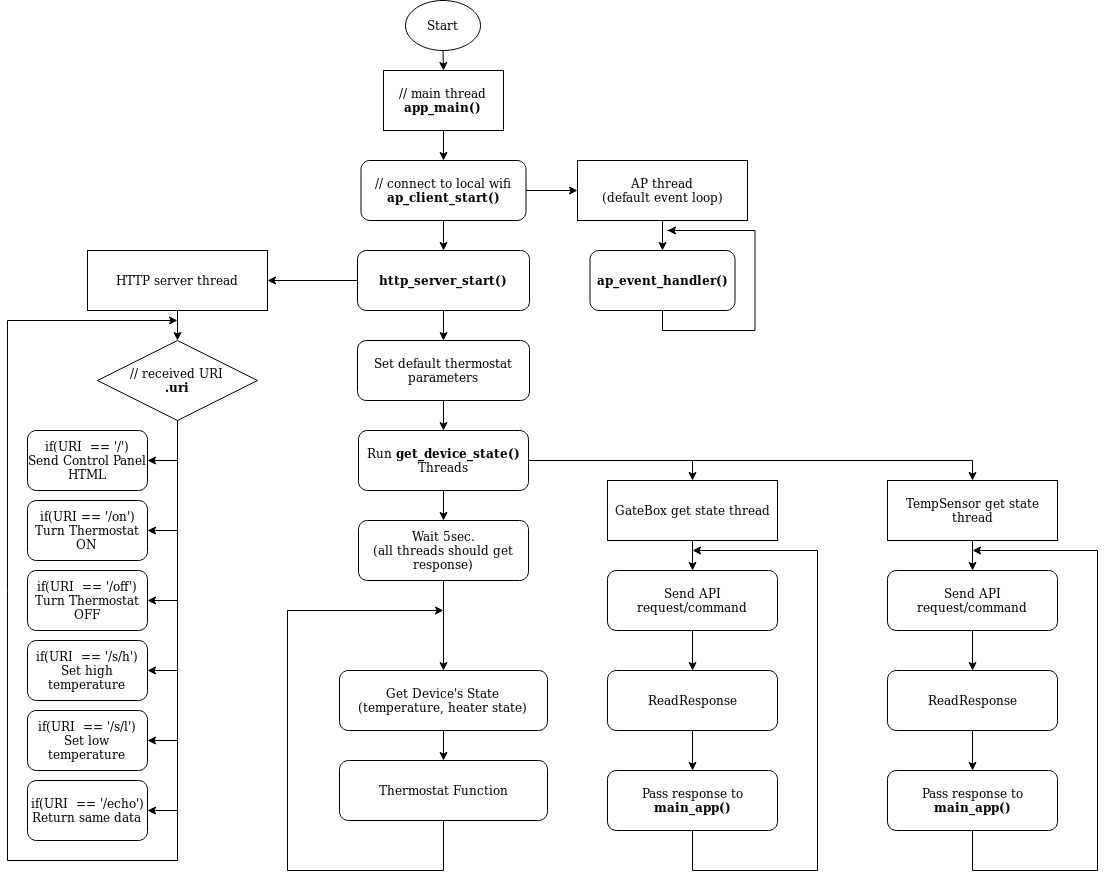
Before: images/ProgrammDiagram.png, a diagram exported from draw.io (226776/ESP32_RemoteThermostat). Source tidied: cells renumbered, new cells last; positions are measured from the earlier drawing's top-left corner, leaving out a move shared by most shapes.
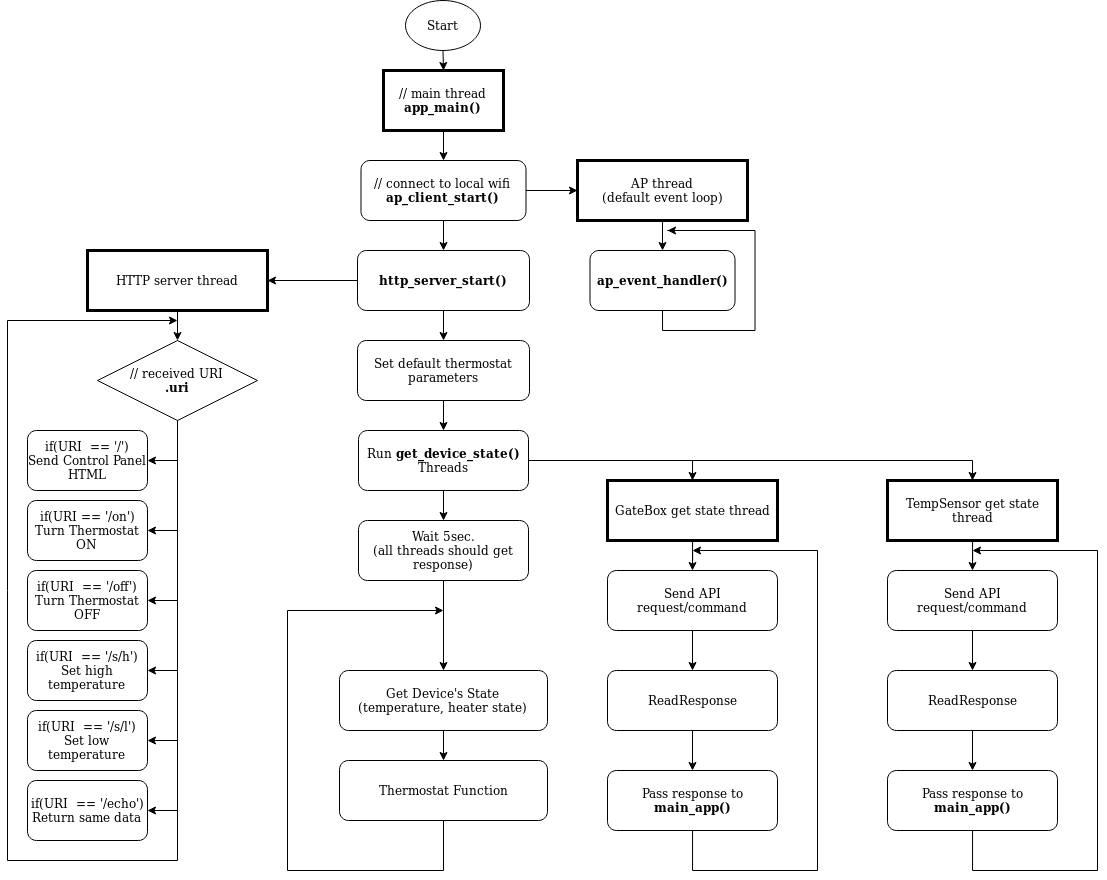
Above is the later version.

Diff of the diagram source:
```diff
@@ -23,13 +23,13 @@
     <mxCell id="8" style="edgeStyle=orthogonalEdgeStyle;rounded=0;jettySize=auto;html=1;entryX=0.5;entryY=0;entryDx=0;entryDy=0;" parent="1" edge="1" source="9" target="6">
       <mxGeometry relative="1" as="geometry" />
     </mxCell>
-    <mxCell id="9" value="&lt;div&gt;// main thread&lt;br&gt;&lt;/div&gt;&lt;div&gt;&lt;b&gt;app_main()&lt;/b&gt;&lt;/div&gt;" style="rounded=0;whiteSpace=wrap;html=1;" parent="1" vertex="1">
+    <mxCell id="9" value="&lt;div&gt;// main thread&lt;br&gt;&lt;/div&gt;&lt;div&gt;&lt;b&gt;app_main()&lt;/b&gt;&lt;/div&gt;" style="rounded=0;whiteSpace=wrap;html=1;strokeWidth=3;" parent="1" vertex="1">
       <mxGeometry x="376" y="70" width="120" height="60" as="geometry" />
     </mxCell>
     <mxCell id="10" style="edgeStyle=orthogonalEdgeStyle;rounded=0;jettySize=auto;html=1;exitX=0.5;exitY=1;exitDx=0;exitDy=0;entryX=0.5;entryY=0;entryDx=0;entryDy=0;" parent="1" edge="1" source="11" target="13">
       <mxGeometry relative="1" as="geometry" />
     </mxCell>
-    <mxCell id="11" value="AP thread&lt;br&gt;&lt;div&gt;(default event loop)&lt;/div&gt;" style="rounded=0;whiteSpace=wrap;html=1;" parent="1" vertex="1">
+    <mxCell id="11" value="AP thread&lt;br&gt;&lt;div&gt;(default event loop)&lt;/div&gt;" style="rounded=0;whiteSpace=wrap;html=1;strokeWidth=3;" parent="1" vertex="1">
       <mxGeometry x="570" y="160" width="170" height="60" as="geometry" />
     </mxCell>
     <mxCell id="12" style="edgeStyle=orthogonalEdgeStyle;rounded=0;jettySize=auto;html=1;exitX=0.5;exitY=1;exitDx=0;exitDy=0;" parent="1" edge="1" source="13">
@@ -52,7 +52,7 @@
     <mxCell id="17" style="edgeStyle=orthogonalEdgeStyle;rounded=0;jettySize=auto;html=1;exitX=0.5;exitY=1;exitDx=0;exitDy=0;entryX=0.5;entryY=0;entryDx=0;entryDy=0;" parent="1" edge="1" source="18" target="26">
       <mxGeometry relative="1" as="geometry" />
     </mxCell>
-    <mxCell id="18" value="&lt;div&gt;&lt;br&gt;&lt;/div&gt;&lt;div&gt;HTTP server thread&lt;/div&gt;&lt;div&gt;&lt;br&gt;&lt;/div&gt;" style="rounded=0;whiteSpace=wrap;html=1;" parent="1" vertex="1">
+    <mxCell id="18" value="&lt;div&gt;&lt;br&gt;&lt;/div&gt;&lt;div&gt;HTTP server thread&lt;/div&gt;&lt;div&gt;&lt;br&gt;&lt;/div&gt;" style="rounded=0;whiteSpace=wrap;html=1;strokeWidth=3;" parent="1" vertex="1">
       <mxGeometry x="80" y="250" width="180" height="60" as="geometry" />
     </mxCell>
     <mxCell id="19" style="edgeStyle=orthogonalEdgeStyle;rounded=0;jettySize=auto;html=1;" parent="1" edge="1" source="26">
@@ -133,7 +133,7 @@
         <mxPoint x="685" y="570" as="targetPoint" />
       </mxGeometry>
     </mxCell>
-    <mxCell id="42" value="GateBox get state thread" style="rounded=0;whiteSpace=wrap;html=1;" parent="1" vertex="1">
+    <mxCell id="42" value="GateBox get state thread" style="rounded=0;whiteSpace=wrap;html=1;strokeWidth=3;" parent="1" vertex="1">
       <mxGeometry x="600" y="480" width="170" height="60" as="geometry" />
     </mxCell>
     <mxCell id="43" style="edgeStyle=orthogonalEdgeStyle;rounded=0;jettySize=auto;html=1;" parent="1" edge="1" source="44">
@@ -169,7 +169,7 @@
         <mxPoint x="965" y="570" as="targetPoint" />
       </mxGeometry>
     </mxCell>
-    <mxCell id="50" value="TempSensor get state thread" style="rounded=0;whiteSpace=wrap;html=1;" parent="1" vertex="1">
+    <mxCell id="50" value="TempSensor get state thread" style="rounded=0;whiteSpace=wrap;html=1;strokeWidth=3;" parent="1" vertex="1">
       <mxGeometry x="880" y="480" width="170" height="60" as="geometry" />
     </mxCell>
     <mxCell id="51" style="edgeStyle=orthogonalEdgeStyle;rounded=0;jettySize=auto;html=1;" parent="1" edge="1" source="52">
```
